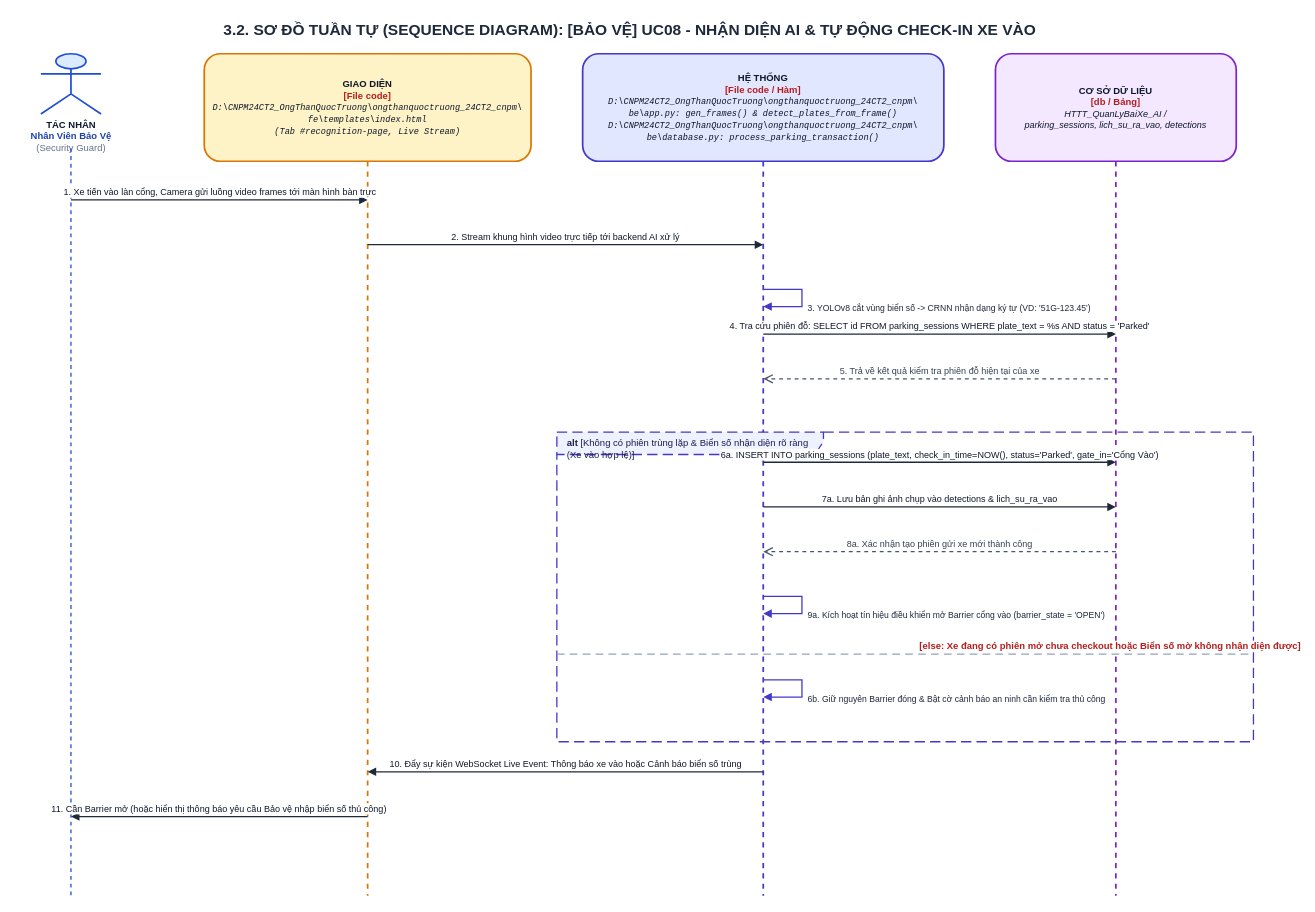
Truong027/CNPM24 keeps this draw.io diagram as ongthanquoctruong_24CT2_cnpm/docs/drawio/uc08_guard_auto_checkin.drawio. Above is the earlier version. Source tidied: cells renumbered, new cells numbered last; positions are measured from the earlier drawing's top-left corner, leaving out a move shared by most shapes. Both pictures are drawn from the tidied source at 86%, with x=0, y=0 at pixel (15, 15).
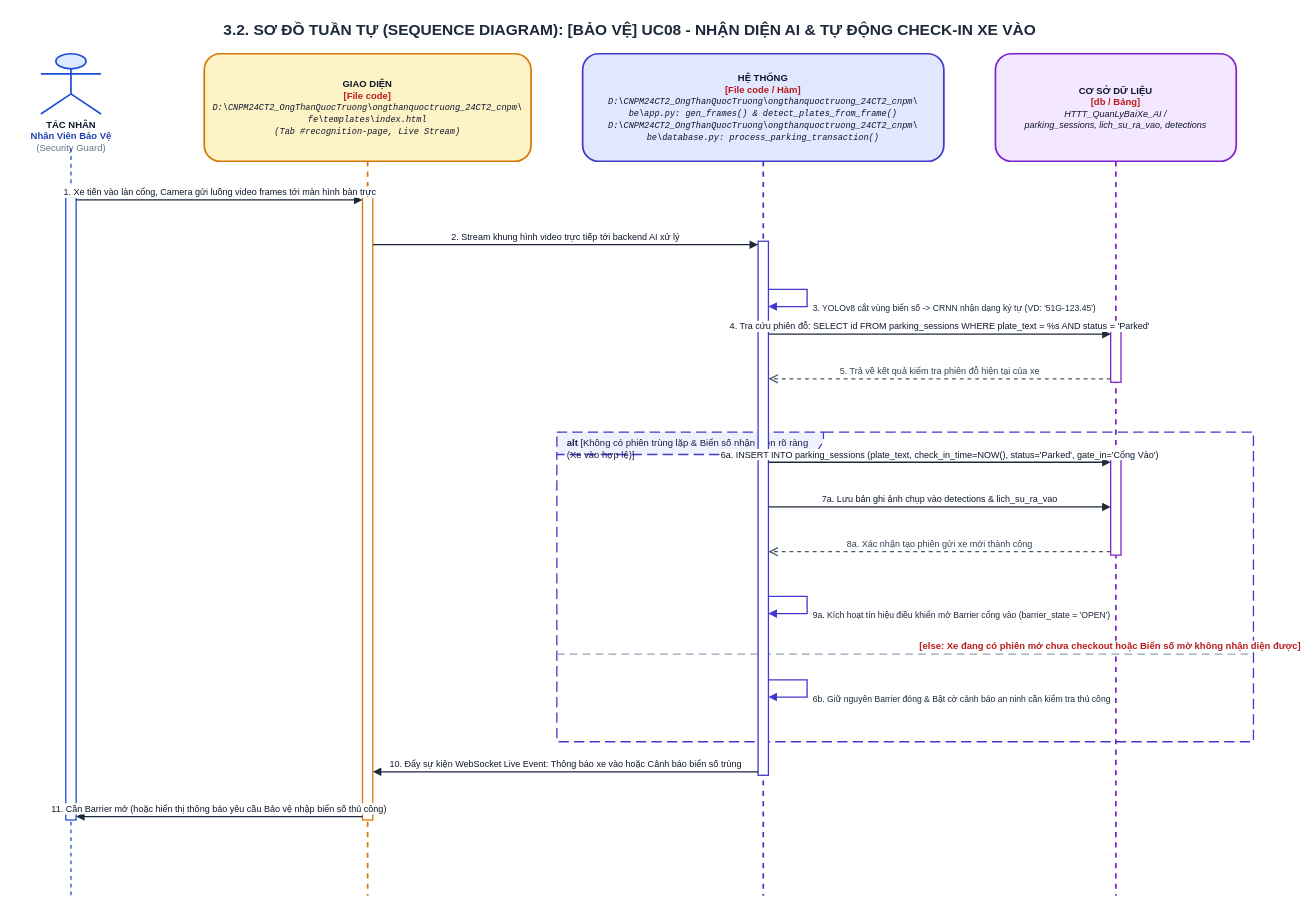
After the change.

Diff of the diagram source:
```diff
@@
+    <mxCell id="13" value="&lt;b&gt;alt&lt;/b&gt; [Không có phiên trùng lặp &amp; Biển số nhận diện rõ ràng (Xe vào hợp lệ)]" style="shape=umlFrame;whiteSpace=wrap;html=1;width=310;height=26;dashed=1;dashPattern=8 4;strokeColor=#4338CA;fillColor=#EEF2FF;strokeWidth=1.5;align=left;spacingLeft=10;verticalAlign=top;fontStyle=0;fontSize=11;fontColor=#1E1B4B;" parent="1" vertex="1">
+      <mxGeometry x="630" y="485" width="810" height="360" as="geometry" />
+    </mxCell>
+    <mxCell id="18" value="&lt;b&gt;[else: Xe đang có phiên mở chưa checkout hoặc Biển số mờ không nhận diện được]&lt;/b&gt;" style="html=1;strokeWidth=1.5;strokeColor=#94A3B8;dashed=1;dashPattern=6 4;endArrow=none;align=left;verticalAlign=bottom;spacingLeft=15;fontColor=#B91C1C;fontSize=11;fontStyle=0;" parent="1" edge="1">
+      <mxGeometry relative="1" as="geometry">
+        <mxPoint x="630" y="743" as="sourcePoint" />
+        <mxPoint x="1440" y="743" as="targetPoint" />
+      </mxGeometry>
+    </mxCell>
+    <mxCell id="22" style="html=1;perimeter=orthogonalPerimeter;targetShapes=umlLifeline;topToBottom=1;fillColor=#FFFFFF;strokeColor=#1D4ED8;strokeWidth=1.5;rounded=0;" parent="1" vertex="1">
+      <mxGeometry x="59" y="211" width="12" height="725" as="geometry" />
+    </mxCell>
+    <mxCell id="23" style="html=1;perimeter=orthogonalPerimeter;targetShapes=umlLifeline;topToBottom=1;fillColor=#FFFFFF;strokeColor=#D97706;strokeWidth=1.5;rounded=0;" parent="1" vertex="1">
+      <mxGeometry x="404" y="211" width="12" height="725" as="geometry" />
+    </mxCell>
+    <mxCell id="24" style="html=1;perimeter=orthogonalPerimeter;targetShapes=umlLifeline;topToBottom=1;fillColor=#FFFFFF;strokeColor=#4338CA;strokeWidth=1.5;rounded=0;" parent="1" vertex="1">
+      <mxGeometry x="864" y="263" width="12" height="621" as="geometry" />
+    </mxCell>
+    <mxCell id="25" style="html=1;perimeter=orthogonalPerimeter;targetShapes=umlLifeline;topToBottom=1;fillColor=#FFFFFF;strokeColor=#7E22CE;strokeWidth=1.5;rounded=0;" parent="1" vertex="1">
+      <mxGeometry x="1274" y="367" width="12" height="60" as="geometry" />
+    </mxCell>
+    <mxCell id="26" style="html=1;perimeter=orthogonalPerimeter;targetShapes=umlLifeline;topToBottom=1;fillColor=#FFFFFF;strokeColor=#7E22CE;strokeWidth=1.5;rounded=0;" parent="1" vertex="1">
+      <mxGeometry x="1274" y="516" width="12" height="112" as="geometry" />
+    </mxCell>
     <mxCell id="8" value="1. Xe tiến vào làn cổng, Camera gửi luồng video frames tới màn hình bàn trực" style="html=1;verticalAlign=bottom;endArrow=block;rounded=0;strokeColor=#1E293B;strokeWidth=1.5;fontColor=#0F172A;fontSize=10.5;" parent="1" edge="1">
       <mxGeometry relative="1" as="geometry">
-        <mxPoint x="65" y="215" as="sourcePoint" />
-        <mxPoint x="410" y="215" as="targetPoint" />
+        <mxPoint x="71" y="215" as="sourcePoint" />
+        <mxPoint x="404" y="215" as="targetPoint" />
       </mxGeometry>
     </mxCell>
     <mxCell id="9" value="2. Stream khung hình video trực tiếp tới backend AI xử lý" style="html=1;verticalAlign=bottom;endArrow=block;rounded=0;strokeColor=#1E293B;strokeWidth=1.5;fontColor=#0F172A;fontSize=10.5;" parent="1" edge="1">
       <mxGeometry relative="1" as="geometry">
-        <mxPoint x="410" y="267" as="sourcePoint" />
-        <mxPoint x="870" y="267" as="targetPoint" />
+        <mxPoint x="416" y="267" as="sourcePoint" />
+        <mxPoint x="864" y="267" as="targetPoint" />
       </mxGeometry>
     </mxCell>
     <mxCell id="10" value="3. YOLOv8 cắt vùng biển số -&gt; CRNN nhận dạng ký tự (VD: '51G-123.45')" style="html=1;align=left;spacingLeft=5;verticalAlign=top;endArrow=block;rounded=0;edgeStyle=orthogonalEdgeStyle;curved=0;strokeColor=#4338CA;strokeWidth=1.5;fontColor=#1E293B;fontSize=10;" parent="1" edge="1">
       <mxGeometry relative="1" as="geometry">
-        <mxPoint x="870" y="319" as="sourcePoint" />
-        <mxPoint x="870" y="339" as="targetPoint" />
+        <mxPoint x="876" y="319" as="sourcePoint" />
+        <mxPoint x="876" y="339" as="targetPoint" />
         <Array as="points">
-          <mxPoint x="915" y="319" />
-          <mxPoint x="915" y="339" />
+          <mxPoint x="921" y="319" />
+          <mxPoint x="921" y="339" />
         </Array>
       </mxGeometry>
     </mxCell>
     <mxCell id="11" value="4. Tra cứu phiên đỗ: SELECT id FROM parking_sessions WHERE plate_text = %s AND status = 'Parked'" style="html=1;verticalAlign=bottom;endArrow=block;rounded=0;strokeColor=#1E293B;strokeWidth=1.5;fontColor=#0F172A;fontSize=10.5;" parent="1" edge="1">
       <mxGeometry relative="1" as="geometry">
-        <mxPoint x="870" y="371" as="sourcePoint" />
-        <mxPoint x="1280" y="371" as="targetPoint" />
+        <mxPoint x="876" y="371" as="sourcePoint" />
+        <mxPoint x="1274" y="371" as="targetPoint" />
       </mxGeometry>
     </mxCell>
     <mxCell id="12" value="5. Trả về kết quả kiểm tra phiên đỗ hiện tại của xe" style="html=1;verticalAlign=bottom;endArrow=open;dashed=1;endSize=8;rounded=0;strokeColor=#475569;strokeWidth=1.5;fontColor=#334155;fontSize=10.5;" parent="1" edge="1">
       <mxGeometry relative="1" as="geometry">
-        <mxPoint x="1280" y="423" as="sourcePoint" />
-        <mxPoint x="870" y="423" as="targetPoint" />
+        <mxPoint x="1274" y="423" as="sourcePoint" />
+        <mxPoint x="876" y="423" as="targetPoint" />
       </mxGeometry>
     </mxCell>
-    <mxCell id="13" value="&lt;b&gt;alt&lt;/b&gt; [Không có phiên trùng lặp &amp; Biển số nhận diện rõ ràng (Xe vào hợp lệ)]" style="shape=umlFrame;whiteSpace=wrap;html=1;width=310;height=26;dashed=1;dashPattern=8 4;strokeColor=#4338CA;fillColor=#EEF2FF;strokeWidth=1.5;align=left;spacingLeft=10;verticalAlign=top;fontStyle=0;fontSize=11;fontColor=#1E1B4B;" parent="1" vertex="1">
-      <mxGeometry x="630" y="485" width="810" height="360" as="geometry" />
-    </mxCell>
     <mxCell id="14" value="6a. INSERT INTO parking_sessions (plate_text, check_in_time=NOW(), status='Parked', gate_in='Cổng Vào')" style="html=1;verticalAlign=bottom;endArrow=block;rounded=0;strokeColor=#1E293B;strokeWidth=1.5;fontColor=#0F172A;fontSize=10.5;" parent="1" edge="1">
       <mxGeometry relative="1" as="geometry">
-        <mxPoint x="870" y="520" as="sourcePoint" />
-        <mxPoint x="1280" y="520" as="targetPoint" />
+        <mxPoint x="876" y="520" as="sourcePoint" />
+        <mxPoint x="1274" y="520" as="targetPoint" />
       </mxGeometry>
     </mxCell>
     <mxCell id="15" value="7a. Lưu bản ghi ảnh chụp vào detections &amp; lich_su_ra_vao" style="html=1;verticalAlign=bottom;endArrow=block;rounded=0;strokeColor=#1E293B;strokeWidth=1.5;fontColor=#0F172A;fontSize=10.5;" parent="1" edge="1">
       <mxGeometry relative="1" as="geometry">
-        <mxPoint x="870" y="572" as="sourcePoint" />
-        <mxPoint x="1280" y="572" as="targetPoint" />
+        <mxPoint x="876" y="572" as="sourcePoint" />
+        <mxPoint x="1274" y="572" as="targetPoint" />
       </mxGeometry>
     </mxCell>
     <mxCell id="16" value="8a. Xác nhận tạo phiên gửi xe mới thành công" style="html=1;verticalAlign=bottom;endArrow=open;dashed=1;endSize=8;rounded=0;strokeColor=#475569;strokeWidth=1.5;fontColor=#334155;fontSize=10.5;" parent="1" edge="1">
       <mxGeometry relative="1" as="geometry">
-        <mxPoint x="1280" y="624" as="sourcePoint" />
-        <mxPoint x="870" y="624" as="targetPoint" />
+        <mxPoint x="1274" y="624" as="sourcePoint" />
+        <mxPoint x="876" y="624" as="targetPoint" />
       </mxGeometry>
     </mxCell>
     <mxCell id="17" value="9a. Kích hoạt tín hiệu điều khiển mở Barrier cổng vào (barrier_state = 'OPEN')" style="html=1;align=left;spacingLeft=5;verticalAlign=top;endArrow=block;rounded=0;edgeStyle=orthogonalEdgeStyle;curved=0;strokeColor=#4338CA;strokeWidth=1.5;fontColor=#1E293B;fontSize=10;" parent="1" edge="1">
       <mxGeometry relative="1" as="geometry">
-        <mxPoint x="870" y="676" as="sourcePoint" />
-        <mxPoint x="870" y="696" as="targetPoint" />
+        <mxPoint x="876" y="676" as="sourcePoint" />
+        <mxPoint x="876" y="696" as="targetPoint" />
         <Array as="points">
-          <mxPoint x="915" y="676" />
-          <mxPoint x="915" y="696" />
+          <mxPoint x="921" y="676" />
+          <mxPoint x="921" y="696" />
         </Array>
       </mxGeometry>
     </mxCell>
-    <mxCell id="18" value="&lt;b&gt;[else: Xe đang có phiên mở chưa checkout hoặc Biển số mờ không nhận diện được]&lt;/b&gt;" style="html=1;strokeWidth=1.5;strokeColor=#94A3B8;dashed=1;dashPattern=6 4;endArrow=none;align=left;verticalAlign=bottom;spacingLeft=15;fontColor=#B91C1C;fontSize=11;fontStyle=0;" parent="1" edge="1">
-      <mxGeometry relative="1" as="geometry">
-        <mxPoint x="630" y="743" as="sourcePoint" />
-        <mxPoint x="1440" y="743" as="targetPoint" />
-      </mxGeometry>
-    </mxCell>
     <mxCell id="19" value="6b. Giữ nguyên Barrier đóng &amp; Bật cờ cảnh báo an ninh cần kiểm tra thủ công" style="html=1;align=left;spacingLeft=5;verticalAlign=top;endArrow=block;rounded=0;edgeStyle=orthogonalEdgeStyle;curved=0;strokeColor=#4338CA;strokeWidth=1.5;fontColor=#1E293B;fontSize=10;" parent="1" edge="1">
       <mxGeometry relative="1" as="geometry">
-        <mxPoint x="870" y="773" as="sourcePoint" />
-        <mxPoint x="870" y="793" as="targetPoint" />
+        <mxPoint x="876" y="773" as="sourcePoint" />
+        <mxPoint x="876" y="793" as="targetPoint" />
         <Array as="points">
-          <mxPoint x="915" y="773" />
-          <mxPoint x="915" y="793" />
+          <mxPoint x="921" y="773" />
+          <mxPoint x="921" y="793" />
         </Array>
       </mxGeometry>
     </mxCell>
     <mxCell id="20" value="10. Đẩy sự kiện WebSocket Live Event: Thông báo xe vào hoặc Cảnh báo biển số trùng" style="html=1;verticalAlign=bottom;endArrow=block;rounded=0;strokeColor=#1E293B;strokeWidth=1.5;fontColor=#0F172A;fontSize=10.5;" parent="1" edge="1">
       <mxGeometry relative="1" as="geometry">
-        <mxPoint x="870" y="880" as="sourcePoint" />
-        <mxPoint x="410" y="880" as="targetPoint" />
+        <mxPoint x="864" y="880" as="sourcePoint" />
+        <mxPoint x="416" y="880" as="targetPoint" />
       </mxGeometry>
     </mxCell>
     <mxCell id="21" value="11. Cần Barrier mở (hoặc hiển thị thông báo yêu cầu Bảo vệ nhập biển số thủ công)" style="html=1;verticalAlign=bottom;endArrow=block;rounded=0;strokeColor=#1E293B;strokeWidth=1.5;fontColor=#0F172A;fontSize=10.5;" parent="1" edge="1">
       <mxGeometry relative="1" as="geometry">
-        <mxPoint x="410" y="932" as="sourcePoint" />
-        <mxPoint x="65" y="932" as="targetPoint" />
+        <mxPoint x="404" y="932" as="sourcePoint" />
+        <mxPoint x="71" y="932" as="targetPoint" />
       </mxGeometry>
     </mxCell>
```
